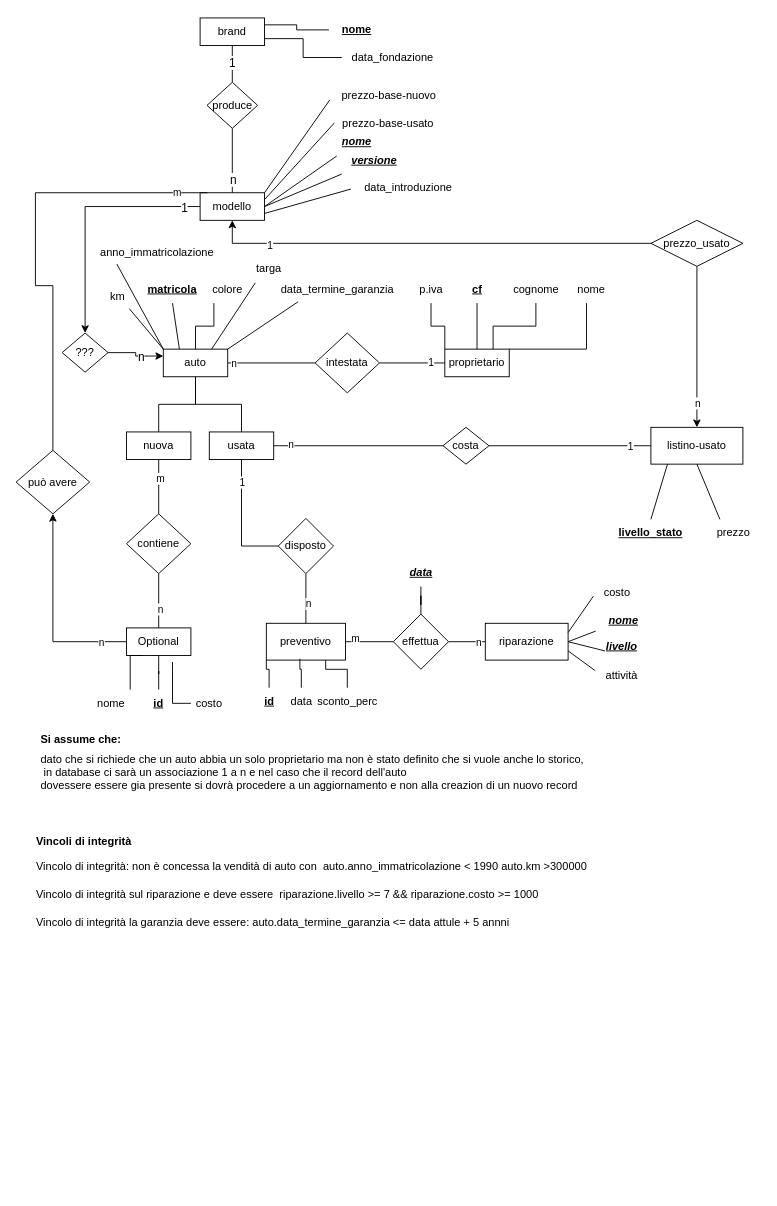
The draw.io diagram Concessionaria.drawio in scinfu/paleocapa-info, before the edit. Source tidied: cells renumbered, new cells numbered last; positions are measured from the earlier drawing's top-left corner, leaving out a move shared by most shapes. Both pictures are drawn from the tidied source at 92%, with x=0, y=0 at pixel (16, 16).
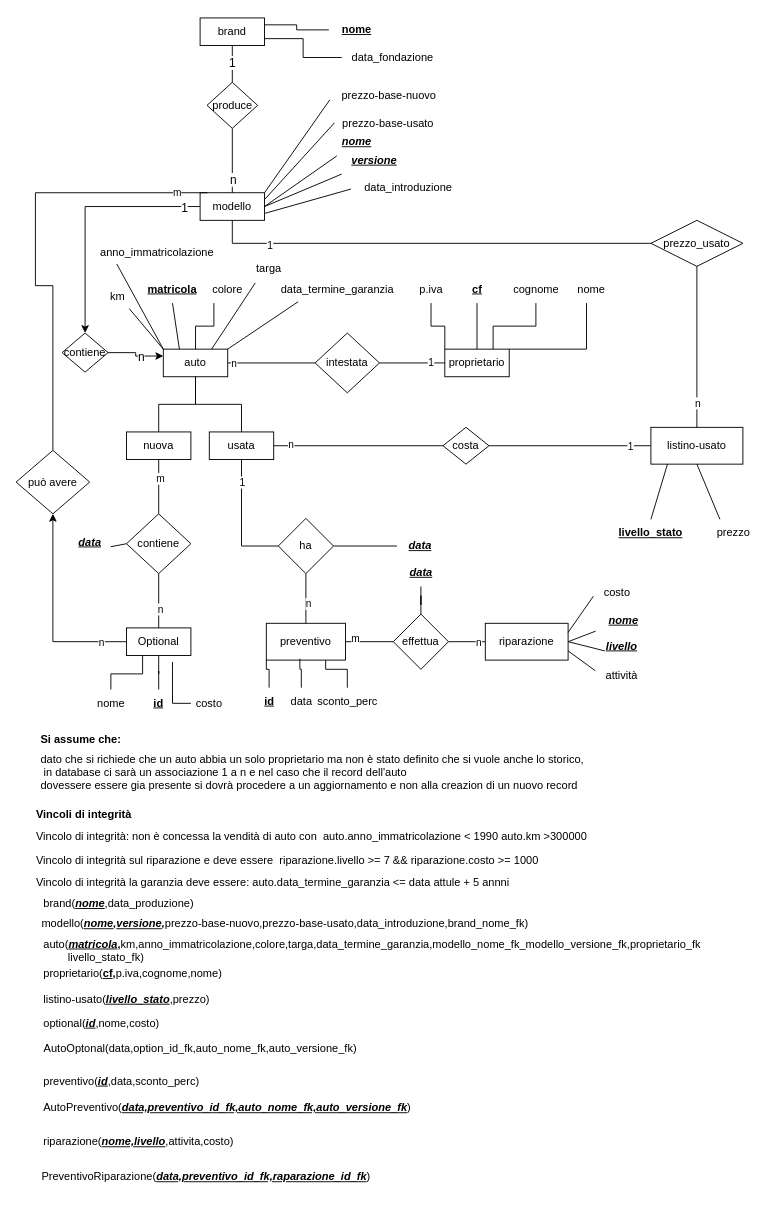
The same page after the edit.

The change refers to these unchanged cells:
```xml
<mxCell id="13" value="Optional" style="rounded=0;whiteSpace=wrap;html=1;" parent="1" vertex="1">
  <mxGeometry x="120" y="665" width="70" height="30" as="geometry" />
</mxCell>
<mxCell id="20" value="contiene" style="rhombus;whiteSpace=wrap;html=1;" parent="1" vertex="1">
  <mxGeometry x="120" y="541" width="70" height="65" as="geometry" />
</mxCell>
<mxCell id="38" value="modello" style="rounded=0;whiteSpace=wrap;html=1;" parent="1" vertex="1">
  <mxGeometry x="200" y="192" width="70" height="30" as="geometry" />
</mxCell>
<mxCell id="56" value="nome" style="text;html=1;align=center;verticalAlign=middle;points=[];strokeColor=none;fillColor=none;" parent="1" vertex="1">
  <mxGeometry x="78" y="732" width="50" height="30" as="geometry" />
</mxCell>
<mxCell id="70" value="listino-usato" style="whiteSpace=wrap;html=1;" parent="1" vertex="1">
  <mxGeometry x="690" y="447" width="100" height="40" as="geometry" />
</mxCell>
<mxCell id="78" value="prezzo_usato" style="rhombus;whiteSpace=wrap;html=1;" parent="1" vertex="1">
  <mxGeometry x="690" y="222" width="100" height="50" as="geometry" />
</mxCell>
```

What changed in the source:
```diff
@@
-    <mxCell id="52" value="???" style="rhombus;whiteSpace=wrap;html=1;rounded=0;" parent="1" vertex="1">
+    <mxCell id="52" value="contiene" style="rhombus;whiteSpace=wrap;html=1;rounded=0;" parent="1" vertex="1">
       <mxGeometry x="50" y="344.5" width="50" height="42.5" as="geometry" />
     </mxCell>
@@
-    <mxCell id="57" style="edgeStyle=orthogonalEdgeStyle;rounded=0;jettySize=auto;html=1;exitX=0.25;exitY=1;exitDx=0;exitDy=0;entryX=0.92;entryY=0;entryDx=0;entryDy=0;entryPerimeter=0;endArrow=none;endFill=0;" parent="1" edge="1" source="13" target="56">
+    <mxCell id="57" style="edgeStyle=orthogonalEdgeStyle;rounded=0;jettySize=auto;html=1;exitX=0.25;exitY=1;exitDx=0;exitDy=0;endArrow=none;endFill=0;" parent="1" edge="1" source="13" target="56">
       <mxGeometry relative="1" as="geometry" />
     </mxCell>
@@
-    <mxCell id="74" style="edgeStyle=orthogonalEdgeStyle;rounded=0;jettySize=auto;html=1;entryX=0.5;entryY=1;entryDx=0;entryDy=0;" parent="1" edge="1" source="78" target="38">
+    <mxCell id="74" style="edgeStyle=orthogonalEdgeStyle;rounded=0;jettySize=auto;html=1;entryX=0.5;entryY=1;entryDx=0;entryDy=0;endArrow=none;endFill=0;" parent="1" edge="1" source="78" target="38">
       <mxGeometry relative="1" as="geometry" />
     </mxCell>
@@
-    <mxCell id="76" style="edgeStyle=orthogonalEdgeStyle;rounded=0;jettySize=auto;html=1;" parent="1" edge="1" source="78" target="70">
+    <mxCell id="76" style="edgeStyle=orthogonalEdgeStyle;rounded=0;jettySize=auto;html=1;endArrow=none;endFill=0;" parent="1" edge="1" source="78" target="70">
       <mxGeometry relative="1" as="geometry" />
     </mxCell>
@@
-    <mxCell id="91" value="disposto" style="rhombus;whiteSpace=wrap;html=1;" parent="1" vertex="1">
+    <mxCell id="91" value="ha" style="rhombus;whiteSpace=wrap;html=1;" parent="1" vertex="1">
       <mxGeometry x="285" y="546" width="60" height="60" as="geometry" />
     </mxCell>
@@
     <mxCell id="111" value="Vincolo di integrità sul riparazione e deve essere&amp;nbsp; riparazione.livello &amp;gt;= 7 &amp;amp;&amp;amp; riparazione.costo &amp;gt;= 1000" style="text;html=1;align=left;verticalAlign=middle;strokeColor=none;fillColor=none;" parent="1" vertex="1">
-      <mxGeometry x="20" y="940" width="570" height="30" as="geometry" />
+      <mxGeometry x="20" y="903" width="570" height="30" as="geometry" />
     </mxCell>
     <mxCell id="112" value="Vincolo di integrità: non è concessa la vendità di&amp;nbsp;auto con&amp;nbsp; auto.anno_immatricolazione &amp;lt; 1990 auto.km &amp;gt;300000" style="text;html=1;align=left;verticalAlign=middle;strokeColor=none;fillColor=none;" parent="1" vertex="1">
-      <mxGeometry x="20" y="910" width="620" height="30" as="geometry" />
+      <mxGeometry x="20" y="877" width="620" height="30" as="geometry" />
     </mxCell>
@@
     <mxCell id="118" value="Vincolo di integrità la garanzia deve essere: auto.data_termine_garanzia &amp;lt;= data attule + 5 annni" style="text;html=1;align=left;verticalAlign=middle;strokeColor=none;fillColor=none;" parent="1" vertex="1">
-      <mxGeometry x="20" y="970" width="540" height="30" as="geometry" />
+      <mxGeometry x="20" y="927" width="540" height="30" as="geometry" />
     </mxCell>
     <mxCell id="119" value="&lt;b&gt;Vincoli di integrità&lt;/b&gt;" style="text;html=1;align=left;verticalAlign=middle;strokeColor=none;fillColor=none;" parent="1" vertex="1">
-      <mxGeometry x="20" y="883" width="130" height="30" as="geometry" />
+      <mxGeometry x="20" y="853" width="130" height="30" as="geometry" />
     </mxCell>
@@
+    <mxCell id="125" value="brand(&lt;i&gt;&lt;b&gt;&lt;u&gt;nome&lt;/u&gt;&lt;/b&gt;&lt;/i&gt;,data_produzione)" style="text;html=1;align=left;verticalAlign=middle;strokeColor=none;fillColor=none;" parent="1" vertex="1">
+      <mxGeometry x="28" y="950" width="190" height="30" as="geometry" />
+    </mxCell>
+    <mxCell id="126" value="modello(&lt;i style=&quot;border-color: var(--border-color); text-align: center;&quot;&gt;&lt;b style=&quot;border-color: var(--border-color);&quot;&gt;&lt;u&gt;nome&lt;/u&gt;,&lt;b style=&quot;border-color: var(--border-color); font-style: normal;&quot;&gt;&lt;i style=&quot;border-color: var(--border-color);&quot;&gt;&lt;u&gt;versione&lt;/u&gt;&lt;/i&gt;&lt;/b&gt;,&lt;/b&gt;&lt;/i&gt;prezzo-base-nuovo,prezzo-base-usato,data_introduzione,brand_nome_fk)" style="text;html=1;align=left;verticalAlign=middle;strokeColor=none;fillColor=none;" parent="1" vertex="1">
+      <mxGeometry x="26" y="972" width="550" height="30" as="geometry" />
+    </mxCell>
+    <mxCell id="127" value="auto(&lt;b style=&quot;border-color: var(--border-color); text-align: center;&quot;&gt;&lt;i&gt;&lt;u&gt;matricola&lt;/u&gt;&lt;/i&gt;,&lt;/b&gt;&lt;span style=&quot;border-color: var(--border-color); text-align: center;&quot;&gt;km,anno_immatricolazione,colore,targa,data_termine_garanzia,modello_nome_fk_modello_versione_fk,proprietario_fk&lt;br&gt;&lt;/span&gt;&lt;span style=&quot;&quot;&gt;&lt;span style=&quot;white-space: pre;&quot;&gt;&amp;nbsp;&amp;nbsp;&amp;nbsp;&amp;nbsp;&lt;span style=&quot;white-space: pre;&quot;&gt;&#9;&lt;/span&gt;livello_stato_fk&lt;/span&gt;&lt;/span&gt;)" style="text;html=1;align=left;verticalAlign=middle;strokeColor=none;fillColor=none;" parent="1" vertex="1">
+      <mxGeometry x="28" y="996" width="740" height="40" as="geometry" />
+    </mxCell>
+    <mxCell id="128" value="proprietario(&lt;b style=&quot;border-color: var(--border-color); text-align: center;&quot;&gt;&lt;u&gt;cf&lt;/u&gt;,&lt;/b&gt;&lt;span style=&quot;border-color: var(--border-color); text-align: center;&quot;&gt;p.iva,cognome,nome&lt;/span&gt;)" style="text;html=1;align=left;verticalAlign=middle;strokeColor=none;fillColor=none;" parent="1" vertex="1">
+      <mxGeometry x="28" y="1026" width="220" height="30" as="geometry" />
+    </mxCell>
+    <mxCell id="129" value="listino-usato(&lt;b&gt;&lt;i&gt;&lt;u&gt;livello_stato&lt;/u&gt;&lt;/i&gt;&lt;/b&gt;,prezzo)" style="text;html=1;align=left;verticalAlign=middle;strokeColor=none;fillColor=none;" parent="1" vertex="1">
+      <mxGeometry x="28" y="1054" width="200" height="30" as="geometry" />
+    </mxCell>
+    <mxCell id="130" value="optional(&lt;b&gt;&lt;i&gt;&lt;u&gt;id&lt;/u&gt;&lt;/i&gt;&lt;/b&gt;,nome,costo)" style="text;html=1;align=left;verticalAlign=middle;strokeColor=none;fillColor=none;" parent="1" vertex="1">
+      <mxGeometry x="28" y="1080" width="150" height="30" as="geometry" />
+    </mxCell>
+    <mxCell id="131" value="preventivo(&lt;b&gt;&lt;i&gt;&lt;u&gt;id&lt;/u&gt;&lt;/i&gt;&lt;/b&gt;,data,sconto_perc)" style="text;html=1;align=left;verticalAlign=middle;strokeColor=none;fillColor=none;" parent="1" vertex="1">
+      <mxGeometry x="28" y="1143" width="190" height="30" as="geometry" />
+    </mxCell>
+    <mxCell id="132" value="AutoPreventivo(&lt;b&gt;&lt;i&gt;&lt;u&gt;data,preventivo_id_fk,auto_nome_fk,auto_versione_fk&lt;/u&gt;&lt;/i&gt;&lt;/b&gt;)" style="text;html=1;align=left;verticalAlign=middle;strokeColor=none;fillColor=none;" parent="1" vertex="1">
+      <mxGeometry x="28" y="1172" width="420" height="30" as="geometry" />
+    </mxCell>
+    <mxCell id="133" value="&lt;b&gt;&lt;i&gt;&lt;u&gt;data&lt;/u&gt;&lt;/i&gt;&lt;/b&gt;" style="text;html=1;align=center;verticalAlign=middle;points=[];strokeColor=none;fillColor=none;" parent="1" vertex="1">
+      <mxGeometry x="55" y="557" width="50" height="30" as="geometry" />
+    </mxCell>
+    <mxCell id="134" style="endArrow=none;html=1;rounded=0;entryX=0.954;entryY=0.66;entryDx=0;entryDy=0;entryPerimeter=0;exitX=0;exitY=0.5;exitDx=0;exitDy=0;" parent="1" edge="1" source="20" target="133">
+      <mxGeometry relative="1" as="geometry" />
+    </mxCell>
+    <mxCell id="135" value="AutoOptonal(data,option_id_fk,auto_nome_fk,auto_versione_fk)" style="text;html=1;align=center;verticalAlign=middle;strokeColor=none;fillColor=none;" parent="1" vertex="1">
+      <mxGeometry x="20" y="1108" width="360" height="30" as="geometry" />
+    </mxCell>
+    <mxCell id="136" value="data" style="text;html=1;align=center;verticalAlign=middle;points=[];strokeColor=none;fillColor=none;fontStyle=7;" parent="1" vertex="1">
+      <mxGeometry x="414" y="561" width="50" height="30" as="geometry" />
+    </mxCell>
+    <mxCell id="137" style="endArrow=none;html=1;rounded=0;exitX=1;exitY=0.5;exitDx=0;exitDy=0;" parent="1" edge="1" source="91" target="136">
+      <mxGeometry relative="1" as="geometry" />
+    </mxCell>
+    <mxCell id="138" value="riparazione(&lt;b&gt;&lt;i&gt;&lt;u&gt;nome,livello&lt;/u&gt;&lt;/i&gt;&lt;/b&gt;,attivita,costo)" style="text;html=1;align=left;verticalAlign=middle;strokeColor=none;fillColor=none;" parent="1" vertex="1">
+      <mxGeometry x="28" y="1209" width="230" height="30" as="geometry" />
+    </mxCell>
+    <mxCell id="139" value="PreventivoRiparazione(&lt;b style=&quot;border-color: var(--border-color);&quot;&gt;&lt;i style=&quot;border-color: var(--border-color);&quot;&gt;&lt;u style=&quot;border-color: var(--border-color);&quot;&gt;data,preventivo_id_fk,raparazione_id_fk&lt;/u&gt;&lt;/i&gt;&lt;/b&gt;)" style="text;html=1;align=left;verticalAlign=middle;strokeColor=none;fillColor=none;" parent="1" vertex="1">
+      <mxGeometry x="26" y="1247" width="380" height="30" as="geometry" />
+    </mxCell>
```
